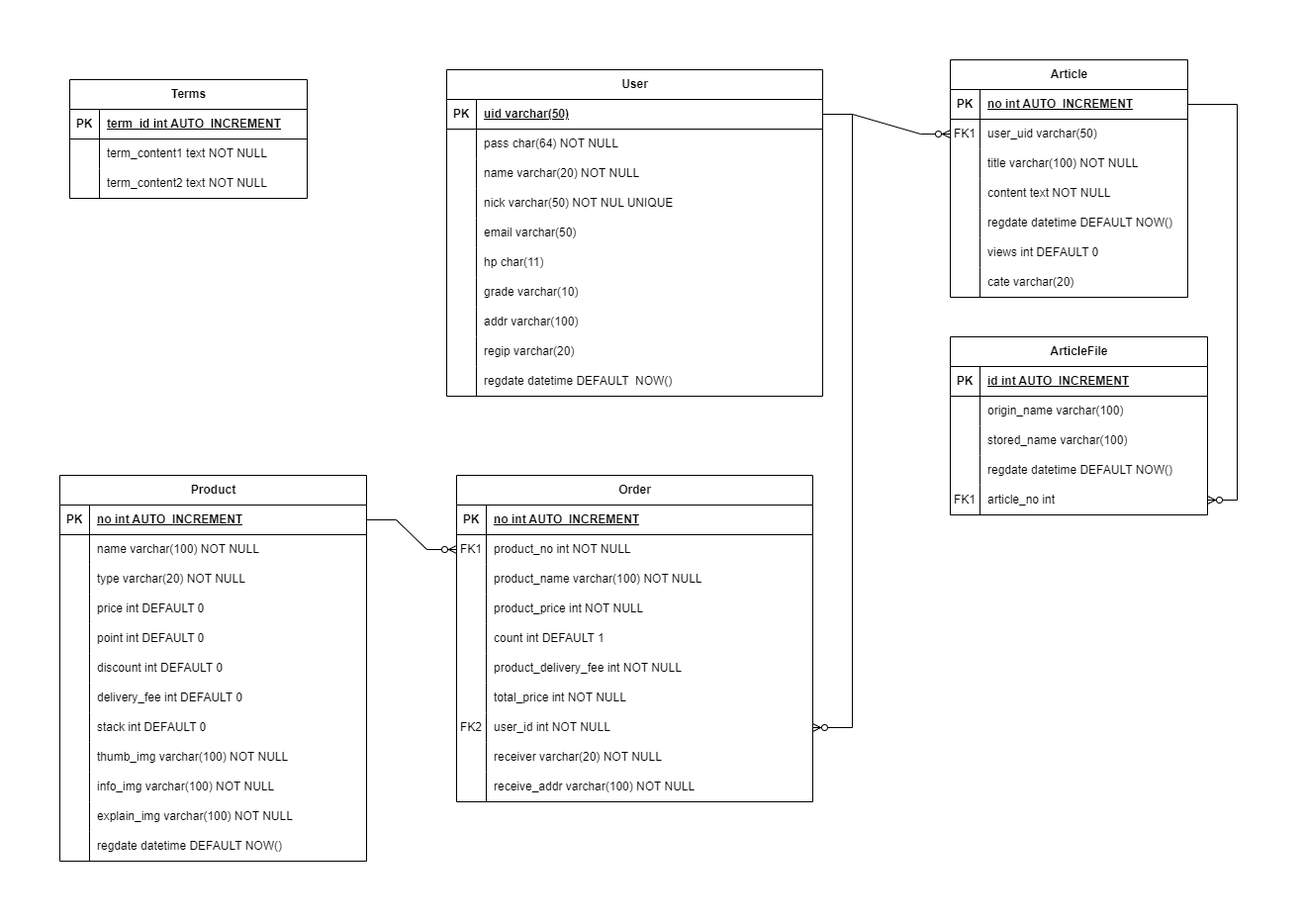
The draw.io diagram Farmstory_JSP/docs/FarmStory.drawio.png in Dangi90/team5, before a commit. Source tidied: cells renumbered, new cells last; positions are measured from the earlier drawing's top-left corner, leaving out a move shared by most shapes.
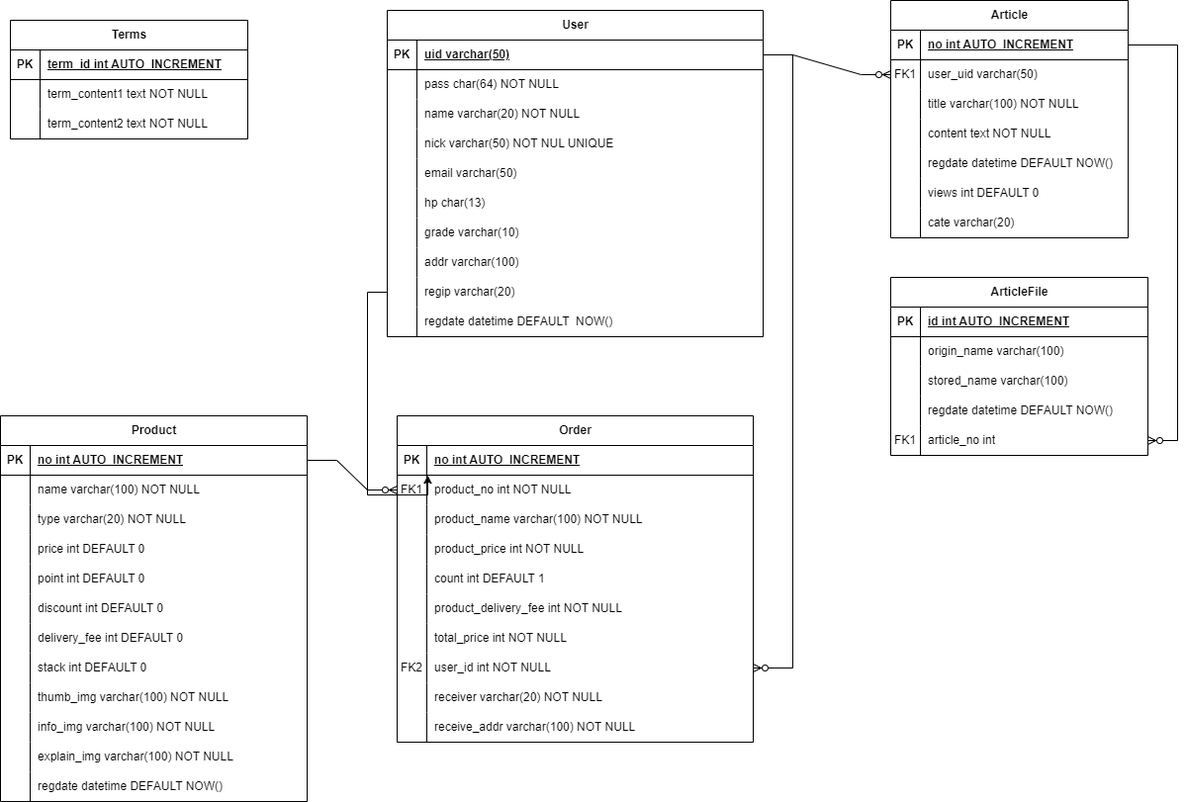
The same diagram one commit later.

Commit message:
hp 길이 13으로 수정

What changed in the source:
```diff
@@ -86,7 +86,7 @@
     <mxCell id="29" style="shape=partialRectangle;fillColor=none;top=0;left=0;bottom=0;right=0;overflow=hidden;whiteSpace=wrap;html=1;" parent="28" vertex="1">
       <mxGeometry width="30" height="30" as="geometry" />
     </mxCell>
-    <mxCell id="30" value="hp char(11)" style="shape=partialRectangle;fillColor=none;top=0;left=0;bottom=0;right=0;align=left;spacingLeft=6;overflow=hidden;whiteSpace=wrap;html=1;" parent="28" vertex="1">
+    <mxCell id="30" value="hp char(13)" style="shape=partialRectangle;fillColor=none;top=0;left=0;bottom=0;right=0;align=left;spacingLeft=6;overflow=hidden;whiteSpace=wrap;html=1;" parent="28" vertex="1">
       <mxGeometry x="30" width="350" height="30" as="geometry" />
     </mxCell>
     <mxCell id="31" style="shape=tableRow;horizontal=0;startSize=0;swimlaneHead=0;swimlaneBody=0;fillColor=none;top=0;left=0;right=0;bottom=0;" parent="12" vertex="1">
@@ -461,5 +461,8 @@
         </Array>
       </mxGeometry>
     </mxCell>
+    <mxCell id="153" style="edgeStyle=orthogonalEdgeStyle;rounded=0;jettySize=auto;html=1;entryX=0.086;entryY=1.004;entryDx=0;entryDy=0;entryPerimeter=0;" parent="1" edge="1" source="37" target="103">
+      <mxGeometry relative="1" as="geometry" />
+    </mxCell>
   </root>
 </mxGraphModel>
```
